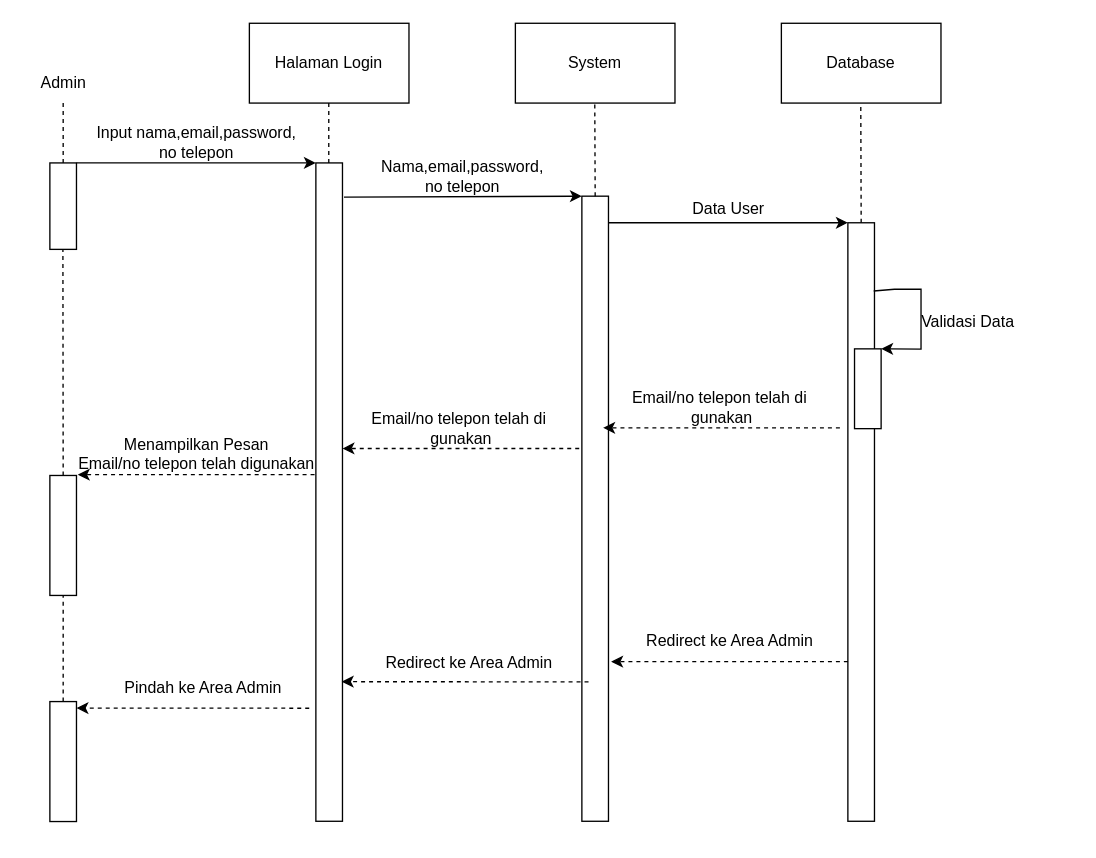
Enricko/UML keeps this draw.io diagram as page "Sequence Diagram (Register)" (10 of 14) of Untitled Diagram.drawio. Above is the earlier version. Source tidied: cells renumbered, new cells numbered last; positions are measured from the earlier drawing's top-left corner, leaving out a move shared by most shapes. Both pictures are drawn from the tidied source at 133%, with x=0, y=0 at pixel (23, 23).
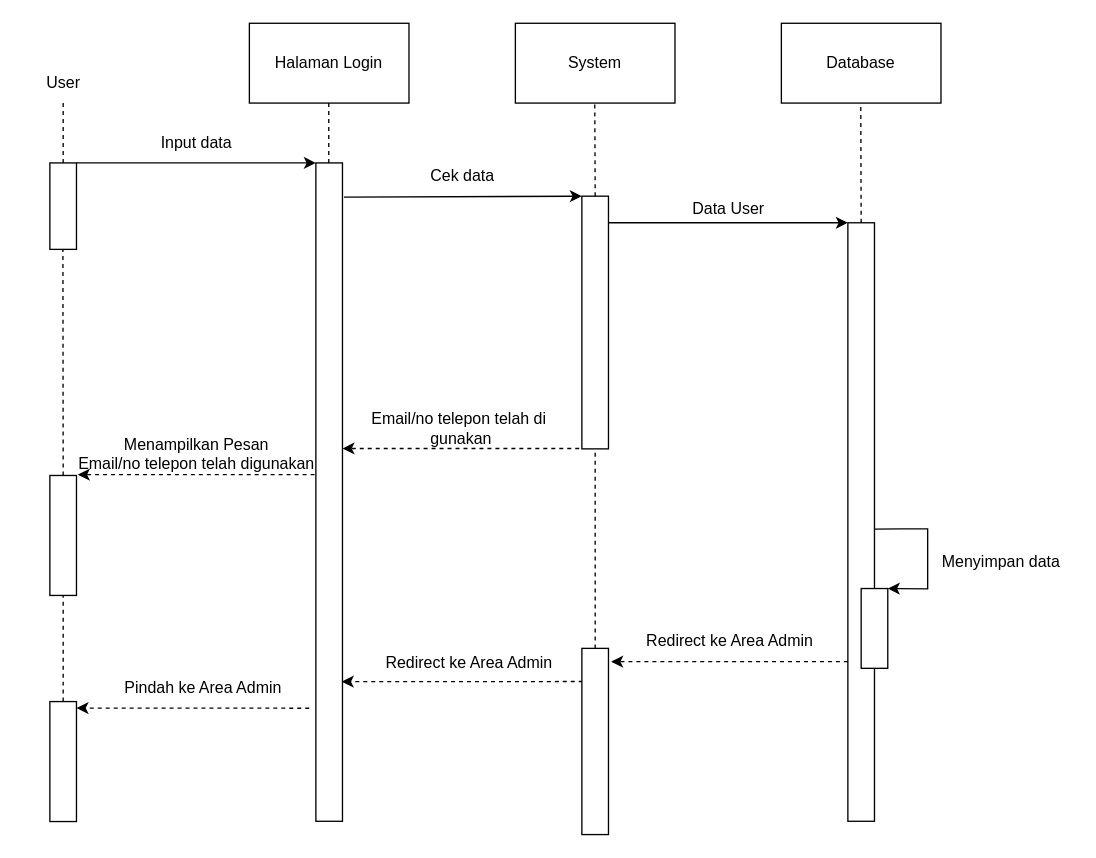
After the change.

The change refers to these unchanged cells:
```xml
<mxCell id="6" style="rounded=0;whiteSpace=wrap;html=1;" parent="1" vertex="1">
  <mxGeometry x="220" y="105" width="20" height="495" as="geometry" />
</mxCell>
<mxCell id="15" style="rounded=0;whiteSpace=wrap;html=1;" parent="1" vertex="1">
  <mxGeometry x="620" y="150" width="20" height="450" as="geometry" />
</mxCell>
```

The edit, as a diff of the source:
```diff
@@
-    <mxCell id="3" value="Admin" style="text;html=1;align=center;verticalAlign=middle;points=[];strokeColor=none;fillColor=none;" parent="1" vertex="1">
-      <mxGeometry y="30" width="60" height="30" as="geometry" />
+    <mxCell id="3" value="User" style="text;html=1;align=center;verticalAlign=middle;points=[];strokeColor=none;fillColor=none;" parent="1" vertex="1">
+      <mxGeometry x="5" y="30" width="50" height="30" as="geometry" />
     </mxCell>
@@
     <mxCell id="9" style="rounded=0;whiteSpace=wrap;html=1;" parent="1" vertex="1">
-      <mxGeometry x="420" y="130" width="20" height="470" as="geometry" />
+      <mxGeometry x="420" y="130" width="20" height="190" as="geometry" />
     </mxCell>
@@
-    <mxCell id="13" value="Input nama,email,password,&lt;br&gt;no telepon" style="text;html=1;align=center;verticalAlign=middle;strokeColor=none;fillColor=none;" parent="1" vertex="1">
-      <mxGeometry x="45" y="70" width="170" height="40" as="geometry" />
+    <mxCell id="13" value="Input data" style="text;html=1;align=center;verticalAlign=middle;strokeColor=none;fillColor=none;" parent="1" vertex="1">
+      <mxGeometry x="90" y="75" width="80" height="30" as="geometry" />
     </mxCell>
-    <mxCell id="14" value="Nama,email,password,&lt;br style=&quot;border-color: var(--border-color);&quot;&gt;no telepon" style="text;html=1;align=center;verticalAlign=middle;strokeColor=none;fillColor=none;" parent="1" vertex="1">
-      <mxGeometry x="255" y="95" width="150" height="40" as="geometry" />
+    <mxCell id="14" value="Cek data" style="text;html=1;align=center;verticalAlign=middle;strokeColor=none;fillColor=none;" parent="1" vertex="1">
+      <mxGeometry x="295" y="100" width="70" height="30" as="geometry" />
     </mxCell>
@@
     <mxCell id="22" style="rounded=0;whiteSpace=wrap;html=1;" parent="1" vertex="1">
-      <mxGeometry x="625" y="244.8" width="20" height="60" as="geometry" />
+      <mxGeometry x="630" y="425" width="20" height="60" as="geometry" />
     </mxCell>
-    <mxCell id="23" style="endArrow=classic;html=1;rounded=0;entryX=1;entryY=0;entryDx=0;entryDy=0;exitX=0.971;exitY=0.114;exitDx=0;exitDy=0;exitPerimeter=0;" parent="1" edge="1" source="15" target="22">
+    <mxCell id="23" style="endArrow=classic;html=1;rounded=0;entryX=1;entryY=0;entryDx=0;entryDy=0;exitX=1;exitY=0.512;exitDx=0;exitDy=0;exitPerimeter=0;" parent="1" edge="1" source="15" target="22">
       <mxGeometry relative="1" as="geometry">
         <Array as="points">
-          <mxPoint x="655" y="200" />
-          <mxPoint x="675" y="200" />
-          <mxPoint x="675" y="245" />
+          <mxPoint x="660" y="380.2" />
+          <mxPoint x="680" y="380.2" />
+          <mxPoint x="680" y="425.2" />
         </Array>
       </mxGeometry>
     </mxCell>
-    <mxCell id="24" value="Validasi Data" style="text;html=1;align=center;verticalAlign=middle;strokeColor=none;fillColor=none;" parent="1" vertex="1">
-      <mxGeometry x="665" y="210" width="90" height="30" as="geometry" />
+    <mxCell id="24" value="Menyimpan data" style="text;html=1;align=center;verticalAlign=middle;strokeColor=none;fillColor=none;" parent="1" vertex="1">
+      <mxGeometry x="680" y="390" width="110" height="30" as="geometry" />
     </mxCell>
-    <mxCell id="25" style="endArrow=classic;html=1;rounded=0;dashed=1;exitX=-0.055;exitY=0.336;exitDx=0;exitDy=0;exitPerimeter=0;entryX=1.029;entryY=0.401;entryDx=0;entryDy=0;entryPerimeter=0;" parent="1" edge="1">
-      <mxGeometry relative="1" as="geometry">
-        <mxPoint x="614" y="304.2" as="sourcePoint" />
-        <mxPoint x="436" y="304.2" as="targetPoint" />
-      </mxGeometry>
-    </mxCell>
-    <mxCell id="26" value="Email/no telepon telah di&amp;nbsp;&lt;br&gt;gunakan" style="text;html=1;align=center;verticalAlign=middle;strokeColor=none;fillColor=none;" parent="1" vertex="1">
-      <mxGeometry x="445" y="269.2" width="160" height="40" as="geometry" />
-    </mxCell>
@@
-    <mxCell id="33" style="endArrow=classic;html=1;rounded=0;dashed=1;entryX=0.971;entryY=0.788;entryDx=0;entryDy=0;entryPerimeter=0;exitX=0.25;exitY=0.777;exitDx=0;exitDy=0;exitPerimeter=0;" parent="1" edge="1" source="9" target="6">
+    <mxCell id="33" style="endArrow=classic;html=1;rounded=0;dashed=1;entryX=0.971;entryY=0.788;entryDx=0;entryDy=0;entryPerimeter=0;exitX=0.033;exitY=0.178;exitDx=0;exitDy=0;exitPerimeter=0;" parent="1" edge="1" source="39" target="6">
       <mxGeometry relative="1" as="geometry" />
     </mxCell>
@@
+    <mxCell id="39" style="rounded=0;whiteSpace=wrap;html=1;" parent="1" vertex="1">
+      <mxGeometry x="420" y="470" width="20" height="140" as="geometry" />
+    </mxCell>
+    <mxCell id="40" style="endArrow=none;dashed=1;html=1;rounded=0;exitX=0.5;exitY=0;exitDx=0;exitDy=0;entryX=0.5;entryY=1;entryDx=0;entryDy=0;" parent="1" edge="1" source="39" target="9">
+      <mxGeometry relative="1" as="geometry" />
+    </mxCell>
```
